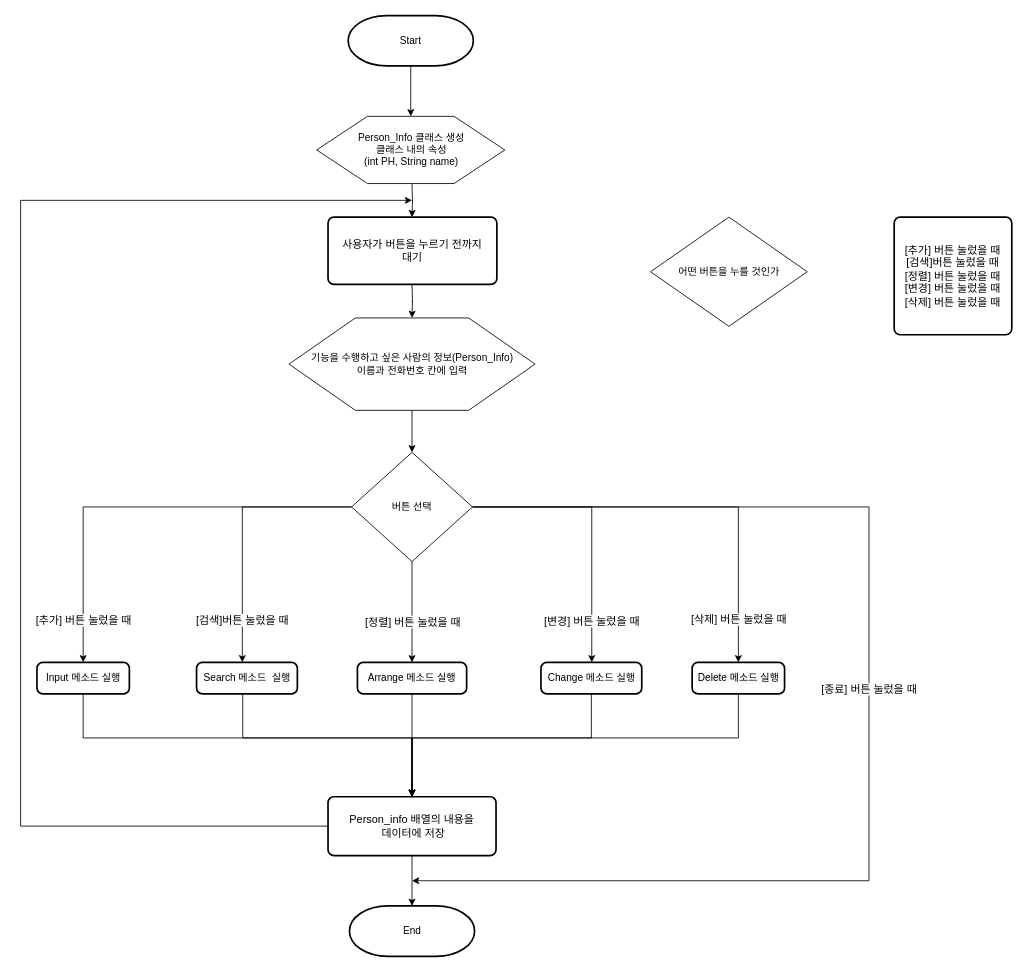
Earlier version of the draw.io diagram 순서도/전화번호관리부 main 함수 순서도_Java.drawio (skatld123/PH_list_java). Source tidied: cells renumbered, new cells numbered last; positions are measured from the earlier drawing's top-left corner, leaving out a move shared by most shapes. Both pictures are drawn from the tidied source at 84%, with x=0, y=0 at pixel (20, 15).
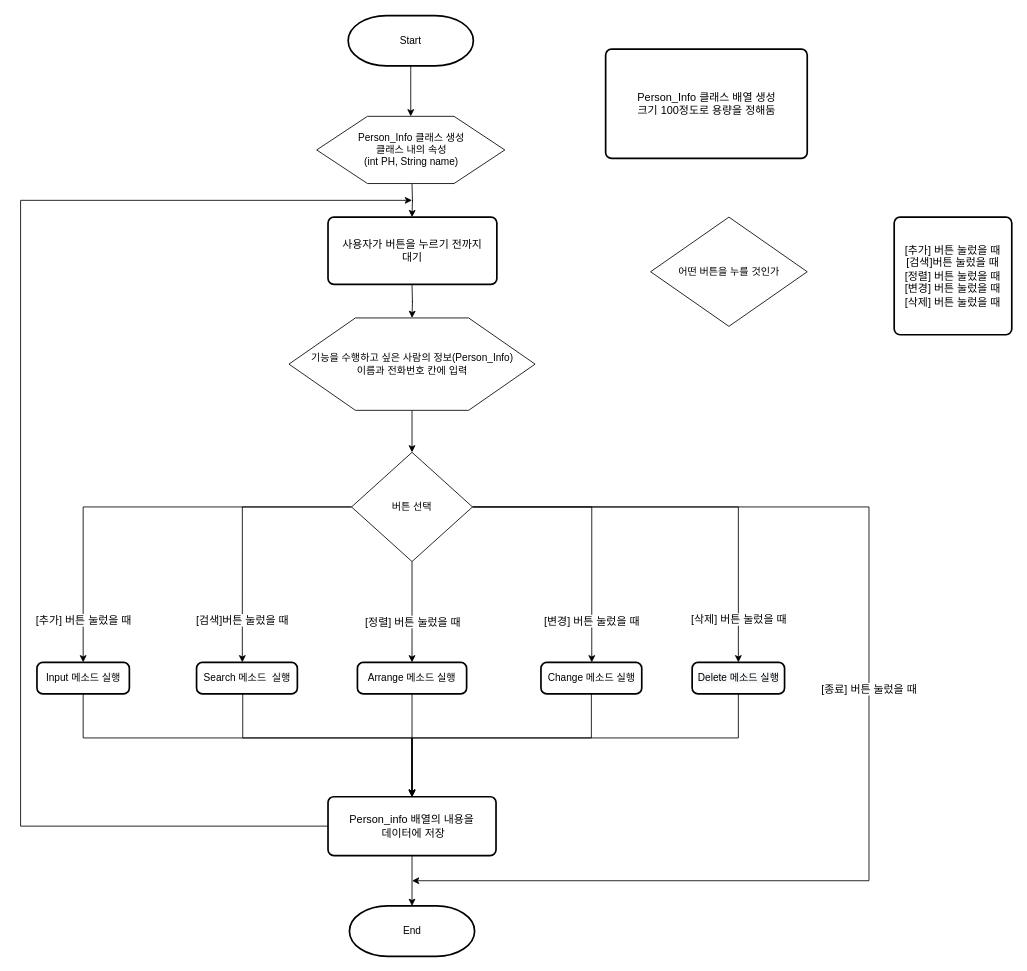
The same page after the edit.

Commit message:
전화번호관리부 main 함수 순서도_Java.drawio 업데이트

The edit, as a diff of the source:
```diff
@@
+    <mxCell id="37" value="&lt;span style=&quot;background-color: rgb(255 , 255 , 255)&quot;&gt;Person_Info 클래스 배열 생성&lt;br&gt;크기 100정도로 용량을 정해둠&lt;br&gt;&lt;/span&gt;" style="rounded=1;whiteSpace=wrap;html=1;absoluteArcSize=1;arcSize=14;strokeWidth=2;fontSize=13;" parent="1" vertex="1">
+      <mxGeometry x="696.5" y="40" width="240" height="130" as="geometry" />
+    </mxCell>
```
